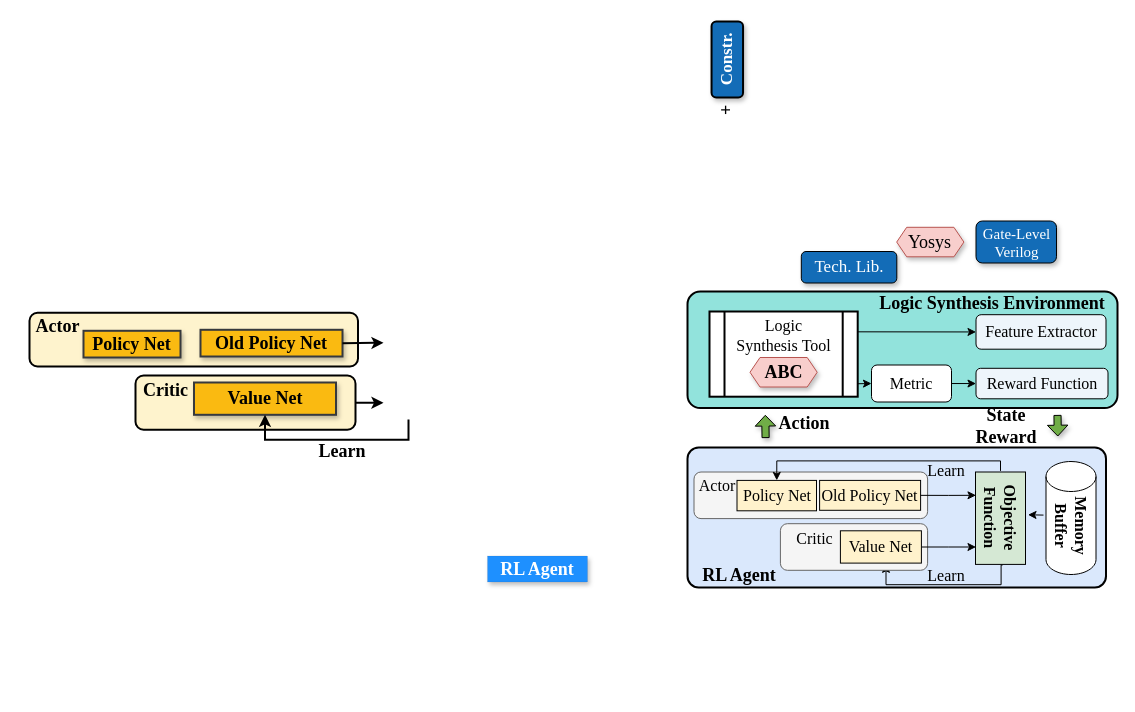
kxzhu0505/Delay-Padding-For-Multi-corner keeps this draw.io diagram as RL_framework.drawio. Above is the earlier version. Source tidied: cells renumbered, new cells numbered last; positions are measured from the earlier drawing's top-left corner, leaving out a move shared by most shapes. Both pictures are drawn from the tidied source at 100%, with x=0, y=0 at pixel (17, 43).
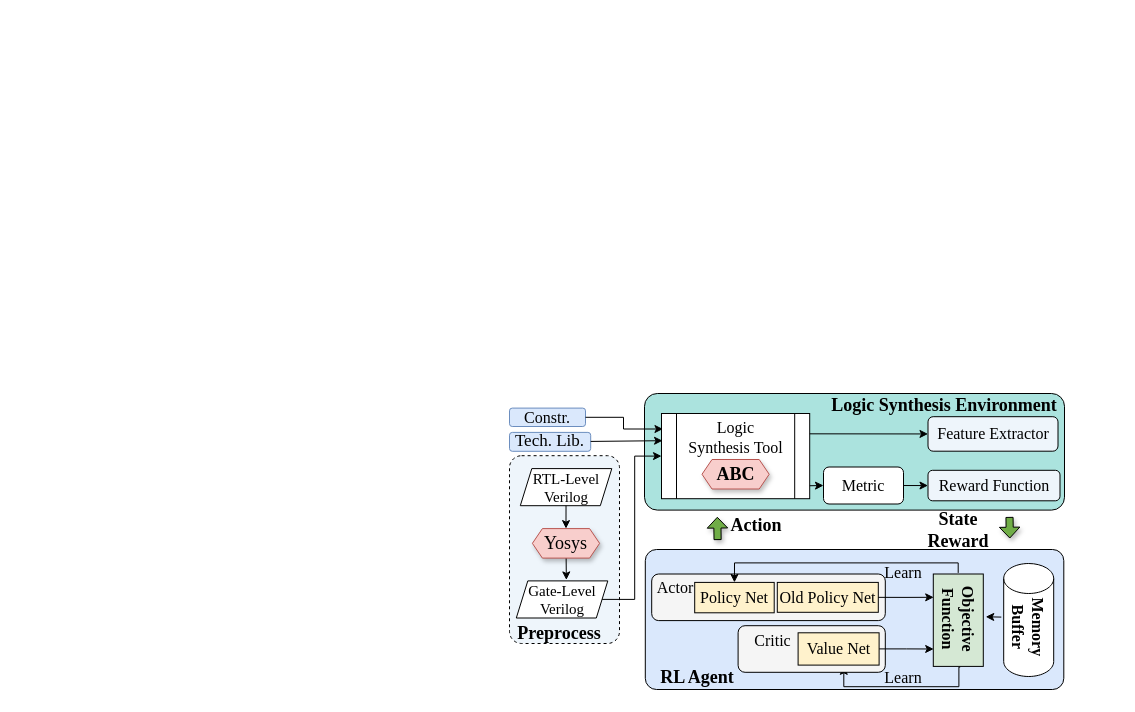
Above is the later version.

What changed in the source:
```diff
@@
+    <mxCell id="58" style="rounded=1;whiteSpace=wrap;html=1;dashed=1;arcSize=11;fillColor=light-dark(#eef5fb, #ededed);" parent="1" vertex="1">
+      <mxGeometry x="492" y="412.2" width="110" height="187.8" as="geometry" />
+    </mxCell>
-    <mxCell id="2" style="rounded=1;whiteSpace=wrap;html=1;fillColor=#dae8fc;strokeColor=#000000;strokeWidth=2;shadow=0;fontFamily=Times New Roman;arcSize=8;" parent="1" vertex="1">
-      <mxGeometry x="670" y="404" width="418.5" height="140" as="geometry" />
+    <mxCell id="2" style="rounded=1;whiteSpace=wrap;html=1;fillColor=#dae8fc;strokeColor=#000000;strokeWidth=1;shadow=0;fontFamily=Times New Roman;arcSize=8;" parent="1" vertex="1">
+      <mxGeometry x="627.8" y="506" width="418.5" height="140" as="geometry" />
     </mxCell>
-    <mxCell id="3" value="&lt;font style=&quot;font-size: 15px;&quot; color=&quot;#ffffff&quot;&gt;&lt;font style=&quot;&quot;&gt;Gate-&lt;/font&gt;&lt;span style=&quot;background-color: initial;&quot;&gt;Level&lt;/span&gt;&lt;/font&gt;&lt;div style=&quot;&quot;&gt;&lt;div style=&quot;&quot;&gt;&lt;font style=&quot;font-size: 15px;&quot; color=&quot;#ffffff&quot;&gt;Verilog&lt;/font&gt;&lt;/div&gt;&lt;/div&gt;" style="rounded=1;whiteSpace=wrap;html=1;fillColor=#136cb7;strokeColor=#000000;strokeWidth=1;shadow=1;rotation=0;fontFamily=Times New Roman;" parent="1" vertex="1">
-      <mxGeometry x="958.5" y="177.5" width="80.5" height="42" as="geometry" />
-    </mxCell>
-    <mxCell id="4" style="rounded=1;whiteSpace=wrap;html=1;fillColor=light-dark(#92e3dc, #22282f);strokeColor=#000000;strokeWidth=2;shadow=0;fontFamily=Times New Roman;arcSize=11;" parent="1" vertex="1">
-      <mxGeometry x="670" y="248" width="430" height="116.6" as="geometry" />
+    <mxCell id="4" style="rounded=1;whiteSpace=wrap;html=1;fillColor=light-dark(#ABE3DE,#22282F);strokeColor=#000000;strokeWidth=1;shadow=0;fontFamily=Times New Roman;arcSize=11;" parent="1" vertex="1">
+      <mxGeometry x="627" y="350" width="420" height="116.6" as="geometry" />
     </mxCell>
     <mxCell id="5" value="&lt;font style=&quot;color: rgb(0, 0, 0); font-size: 16px;&quot;&gt;Feature Extractor&lt;/font&gt;" style="rounded=1;whiteSpace=wrap;html=1;strokeWidth=1;shadow=0;fontFamily=Times New Roman;fillColor=light-dark(#eef5fb, #ededed);" parent="1" vertex="1">
-      <mxGeometry x="958.5" y="271.2" width="130" height="34.5" as="geometry" />
+      <mxGeometry x="910.5" y="373.2" width="130" height="34.5" as="geometry" />
     </mxCell>
@@
     <mxCell id="7" value="&lt;font style=&quot;font-size: 16px; color: rgb(0, 0, 0);&quot;&gt;Metric&lt;/font&gt;" style="rounded=1;whiteSpace=wrap;html=1;strokeWidth=1;fontFamily=Times New Roman;" parent="1" vertex="1">
-      <mxGeometry x="854" y="321.5" width="80" height="37" as="geometry" />
+      <mxGeometry x="806" y="423.5" width="80" height="37" as="geometry" />
     </mxCell>
     <mxCell id="8" value="&lt;font style=&quot;color: rgb(0, 0, 0); font-size: 16px;&quot;&gt;Reward Function&lt;/font&gt;" style="rounded=1;whiteSpace=wrap;html=1;strokeWidth=1;shadow=0;fontFamily=Times New Roman;fillColor=light-dark(#eef5fb, #ededed);" parent="1" vertex="1">
-      <mxGeometry x="958.5" y="324.8" width="132" height="30.5" as="geometry" />
+      <mxGeometry x="910.5" y="426.8" width="132" height="30.5" as="geometry" />
     </mxCell>
-    <mxCell id="9" value="&lt;font style=&quot;&quot; size=&quot;1&quot; color=&quot;#ffffff&quot;&gt;&lt;b style=&quot;font-size: 18px;&quot;&gt;RL Agent&lt;/b&gt;&lt;/font&gt;" style="text;html=1;align=center;verticalAlign=middle;whiteSpace=wrap;rounded=0;fillColor=#1E90FF;strokeColor=#36393d;strokeWidth=0;shadow=1;gradientColor=none;fontFamily=Times New Roman;" parent="1" vertex="1">
-      <mxGeometry x="470" y="512.5" width="100" height="26" as="geometry" />
-    </mxCell>
-    <mxCell id="10" style="rounded=1;whiteSpace=wrap;html=1;strokeWidth=2;fillColor=#fef3cd;fontFamily=Times New Roman;" parent="1" vertex="1">
-      <mxGeometry x="12" y="269.3" width="328.5" height="53.7" as="geometry" />
-    </mxCell>
-    <mxCell id="11" value="&lt;b style=&quot;&quot;&gt;&lt;font style=&quot;font-size: 18px;&quot;&gt;Policy Net&lt;/font&gt;&lt;/b&gt;" style="rounded=0;whiteSpace=wrap;html=1;fillColor=#faba11;strokeColor=#36393d;strokeWidth=2;shadow=1;fontFamily=Times New Roman;" parent="1" vertex="1">
-      <mxGeometry x="66" y="287.3" width="97" height="26.7" as="geometry" />
-    </mxCell>
-    <mxCell id="12" value="&lt;b style=&quot;&quot;&gt;&lt;font style=&quot;font-size: 18px;&quot;&gt;Old Policy Net&lt;/font&gt;&lt;/b&gt;" style="rounded=0;whiteSpace=wrap;html=1;fillColor=#faba11;strokeColor=#36393d;strokeWidth=2;shadow=1;fontFamily=Times New Roman;" parent="1" vertex="1">
-      <mxGeometry x="183" y="286.3" width="142" height="26.7" as="geometry" />
-    </mxCell>
-    <mxCell id="13" style="rounded=1;whiteSpace=wrap;html=1;strokeWidth=2;fillColor=#fef3cd;fontFamily=Times New Roman;" parent="1" vertex="1">
-      <mxGeometry x="118" y="332" width="220" height="54.3" as="geometry" />
-    </mxCell>
-    <mxCell id="14" value="&lt;b style=&quot;&quot;&gt;&lt;font style=&quot;font-size: 18px;&quot;&gt;Value Net&lt;/font&gt;&lt;/b&gt;" style="rounded=0;whiteSpace=wrap;html=1;fillColor=#faba11;strokeColor=#36393d;strokeWidth=2;shadow=1;fontFamily=Times New Roman;" parent="1" vertex="1">
-      <mxGeometry x="176.5" y="339" width="142" height="32.3" as="geometry" />
-    </mxCell>
-    <mxCell id="15" value="&lt;span style=&quot;font-size: 18px;&quot;&gt;&lt;b&gt;Actor&lt;/b&gt;&lt;/span&gt;" style="text;html=1;align=center;verticalAlign=middle;whiteSpace=wrap;rounded=0;fontFamily=Times New Roman;" parent="1" vertex="1">
-      <mxGeometry y="268" width="81" height="30" as="geometry" />
-    </mxCell>
-    <mxCell id="16" value="&lt;span style=&quot;font-size: 18px;&quot;&gt;&lt;b&gt;Critic&lt;/b&gt;&lt;/span&gt;" style="text;html=1;align=center;verticalAlign=middle;whiteSpace=wrap;rounded=0;fontFamily=Times New Roman;" parent="1" vertex="1">
-      <mxGeometry x="108" y="332" width="81" height="30" as="geometry" />
-    </mxCell>
-    <mxCell id="17" style="endArrow=classic;html=1;rounded=0;strokeWidth=2;exitX=1;exitY=0.5;exitDx=0;exitDy=0;fontFamily=Times New Roman;" parent="1" edge="1" source="12">
-      <mxGeometry relative="1" as="geometry">
-        <mxPoint x="366" y="299.3" as="targetPoint" />
-      </mxGeometry>
-    </mxCell>
-    <mxCell id="18" style="endArrow=classic;html=1;rounded=0;strokeWidth=2;exitX=1;exitY=0.5;exitDx=0;exitDy=0;fontFamily=Times New Roman;" parent="1" edge="1" source="13">
-      <mxGeometry relative="1" as="geometry">
-        <mxPoint x="366" y="359.3" as="targetPoint" />
-      </mxGeometry>
-    </mxCell>
-    <mxCell id="19" style="endArrow=classic;html=1;rounded=0;strokeWidth=2;edgeStyle=orthogonalEdgeStyle;entryX=0.5;entryY=1;entryDx=0;entryDy=0;fontFamily=Times New Roman;" parent="1" edge="1" target="14">
-      <mxGeometry relative="1" as="geometry">
-        <mxPoint x="391" y="376" as="sourcePoint" />
-        <Array as="points">
-          <mxPoint x="391" y="396.3" />
-          <mxPoint x="248" y="396.3" />
-        </Array>
-      </mxGeometry>
-    </mxCell>
     <mxCell id="20" style="endArrow=classic;html=1;rounded=0;strokeWidth=1;entryX=-0.004;entryY=0.225;entryDx=0;entryDy=0;entryPerimeter=0;fontFamily=Times New Roman;" parent="1" edge="1">
       <mxGeometry relative="1" as="geometry">
-        <mxPoint x="1026" y="471.6" as="sourcePoint" />
-        <mxPoint x="1010.5" y="471.3" as="targetPoint" />
+        <mxPoint x="983.8" y="573.6" as="sourcePoint" />
+        <mxPoint x="968.2" y="573.3" as="targetPoint" />
       </mxGeometry>
     </mxCell>
     <mxCell id="21" style="rounded=0;jettySize=auto;html=1;endArrow=none;endFill=0;startArrow=classic;startFill=1;strokeWidth=1;fontFamily=Times New Roman;exitX=0;exitY=0.5;exitDx=0;exitDy=0;" parent="1" edge="1" source="7">
       <mxGeometry relative="1" as="geometry">
-        <mxPoint x="820" y="340.6" as="targetPoint" />
+        <mxPoint x="772" y="442.6" as="targetPoint" />
       </mxGeometry>
     </mxCell>
     <mxCell id="22" style="rounded=0;jettySize=auto;html=1;strokeWidth=1;startArrow=classic;startFill=1;endArrow=none;endFill=0;exitX=0;exitY=0.5;exitDx=0;exitDy=0;entryX=0.018;entryY=0.606;entryDx=0;entryDy=0;entryPerimeter=0;fontFamily=Times New Roman;" parent="1" edge="1" source="5">
       <mxGeometry relative="1" as="geometry">
-        <mxPoint x="820" y="288.3" as="targetPoint" />
+        <mxPoint x="772" y="390.3" as="targetPoint" />
       </mxGeometry>
     </mxCell>
     <mxCell id="23" style="shape=flexArrow;endArrow=classic;html=1;rounded=0;strokeWidth=1;shadow=1;fontFamily=Times New Roman;width=7.142857142857142;endSize=3.257142857142857;endWidth=12.312925170068027;fillColor=#70AD47;" parent="1" edge="1">
       <mxGeometry relative="1" as="geometry">
-        <mxPoint x="748.1" y="394.6" as="sourcePoint" />
-        <mxPoint x="747.8" y="371.3" as="targetPoint" />
+        <mxPoint x="700.1" y="496.6" as="sourcePoint" />
+        <mxPoint x="699.8" y="473.3" as="targetPoint" />
       </mxGeometry>
     </mxCell>
-    <mxCell id="24" value="&lt;font color=&quot;#ffffff&quot;&gt;&lt;span style=&quot;font-size: 17px;&quot;&gt;Tech. Lib.&lt;/span&gt;&lt;/font&gt;" style="rounded=1;whiteSpace=wrap;html=1;fillColor=#136cb7;strokeColor=#000000;strokeWidth=1;shadow=1;rotation=0;fontFamily=Times New Roman;" parent="1" vertex="1">
-      <mxGeometry x="783.8" y="208" width="95.5" height="31.5" as="geometry" />
+    <mxCell id="24" value="&lt;font style=&quot;color: rgb(0, 0, 0);&quot;&gt;&lt;span style=&quot;font-size: 17px;&quot;&gt;Tech. Lib.&lt;/span&gt;&lt;/font&gt;" style="rounded=1;whiteSpace=wrap;html=1;fillColor=#dae8fc;strokeColor=#6c8ebf;strokeWidth=1;shadow=0;rotation=0;fontFamily=Times New Roman;" parent="1" vertex="1">
+      <mxGeometry x="492" y="388.9" width="81.2" height="18.9" as="geometry" />
     </mxCell>
-    <mxCell id="25" value="&lt;font color=&quot;#ffffff&quot;&gt;&lt;span style=&quot;font-size: 17px;&quot;&gt;&lt;b&gt;Constr.&lt;/b&gt;&lt;/span&gt;&lt;/font&gt;" style="rounded=1;whiteSpace=wrap;html=1;fillColor=#136cb7;strokeColor=#000000;strokeWidth=2;shadow=1;rotation=-90;fontFamily=Times New Roman;" parent="1" vertex="1">
-      <mxGeometry x="671.8" y="0.2" width="76" height="31.5" as="geometry" />
+    <mxCell id="25" value="&lt;font style=&quot;font-size: 16px; color: rgb(0, 0, 0);&quot;&gt;Constr.&lt;/font&gt;" style="rounded=1;whiteSpace=wrap;html=1;fillColor=#dae8fc;strokeColor=#6c8ebf;strokeWidth=1;shadow=0;rotation=0;fontFamily=Times New Roman;" parent="1" vertex="1">
+      <mxGeometry x="492" y="364.6" width="76" height="18.4" as="geometry" />
     </mxCell>
     <mxCell id="26" value="&lt;font style=&quot;font-size: 18px;&quot;&gt;&lt;b&gt;Action&lt;/b&gt;&lt;/font&gt;" style="text;html=1;align=center;verticalAlign=middle;whiteSpace=wrap;rounded=0;fontFamily=Times New Roman;" parent="1" vertex="1">
-      <mxGeometry x="757.2" y="364.6" width="60" height="30" as="geometry" />
+      <mxGeometry x="709.2" y="466.6" width="60" height="30" as="geometry" />
     </mxCell>
     <mxCell id="27" value="&lt;font style=&quot;font-size: 18px;&quot;&gt;&lt;b&gt;State&lt;/b&gt;&lt;/font&gt;&lt;div&gt;&lt;font style=&quot;font-size: 18px;&quot;&gt;&lt;b&gt;Reward&lt;/b&gt;&lt;/font&gt;&lt;/div&gt;" style="text;html=1;align=center;verticalAlign=middle;whiteSpace=wrap;rounded=0;fontFamily=Times New Roman;" parent="1" vertex="1">
-      <mxGeometry x="958.5" y="368.3" width="60" height="30" as="geometry" />
+      <mxGeometry x="910.5" y="472.3" width="60" height="30" as="geometry" />
     </mxCell>
-    <mxCell id="28" value="&lt;font style=&quot;font-size: 18px;&quot;&gt;&lt;b&gt;+&lt;/b&gt;&lt;/font&gt;" style="text;html=1;align=center;verticalAlign=middle;whiteSpace=wrap;rounded=0;rotation=-90;fontFamily=Times New Roman;" parent="1" vertex="1">
-      <mxGeometry x="699.5" y="60" width="20" height="14.7" as="geometry" />
-    </mxCell>
-    <mxCell id="29" value="&lt;font style=&quot;font-size: 18px;&quot;&gt;&lt;b&gt;Learn&lt;/b&gt;&lt;/font&gt;" style="text;html=1;align=center;verticalAlign=middle;whiteSpace=wrap;rounded=0;fontFamily=Times New Roman;" parent="1" vertex="1">
-      <mxGeometry x="295" y="393" width="60" height="30" as="geometry" />
-    </mxCell>
     <mxCell id="30" value="&lt;b style=&quot;font-family: &amp;quot;Times New Roman&amp;quot;; font-size: 18px;&quot;&gt;&lt;font style=&quot;color: rgb(0, 0, 0);&quot;&gt;RL Agent&lt;/font&gt;&lt;/b&gt;" style="text;html=1;align=center;verticalAlign=middle;whiteSpace=wrap;rounded=0;" parent="1" vertex="1">
-      <mxGeometry x="671.8" y="516.6" width="100" height="30" as="geometry" />
+      <mxGeometry x="629.5" y="618.6" width="100" height="30" as="geometry" />
     </mxCell>
     <mxCell id="31" value="&lt;font style=&quot;color: rgb(0, 0, 0);&quot;&gt;&lt;b style=&quot;font-family: &amp;quot;Times New Roman&amp;quot;; font-size: 18px;&quot;&gt;Logic Synthesis&amp;nbsp;&lt;/b&gt;&lt;b style=&quot;font-family: &amp;quot;Times New Roman&amp;quot;; background-color: initial; font-size: 18px;&quot;&gt;Environment&lt;/b&gt;&lt;/font&gt;" style="text;html=1;align=center;verticalAlign=middle;whiteSpace=wrap;rounded=0;" parent="1" vertex="1">
-      <mxGeometry x="854" y="245" width="241.9" height="30" as="geometry" />
+      <mxGeometry x="806" y="347" width="241.9" height="30" as="geometry" />
     </mxCell>
     <mxCell id="32" style="group;fillColor=#d5e8d4;strokeColor=#000000;strokeWidth=1;fontFamily=Times New Roman;" parent="1" vertex="1">
-      <mxGeometry x="958" y="428.5" width="50" height="92.4" as="geometry" />
+      <mxGeometry x="915.8" y="530.5" width="50" height="92.4" as="geometry" />
     </mxCell>
     <mxCell id="33" style="edgeStyle=orthogonalEdgeStyle;rounded=0;orthogonalLoop=1;jettySize=auto;html=1;entryX=0.5;entryY=1;entryDx=0;entryDy=0;" parent="1" edge="1">
       <mxGeometry relative="1" as="geometry">
-        <mxPoint x="985" y="521.6" as="sourcePoint" />
-        <mxPoint x="868.5" y="520.8" as="targetPoint" />
+        <mxPoint x="942.7" y="623.6" as="sourcePoint" />
+        <mxPoint x="826.3" y="622.8" as="targetPoint" />
         <Array as="points">
-          <mxPoint x="983.6" y="541.2" />
-          <mxPoint x="868.6" y="541.2" />
+          <mxPoint x="941.4" y="643.2" />
+          <mxPoint x="826.4" y="643.2" />
         </Array>
       </mxGeometry>
     </mxCell>
     <mxCell id="34" value="&lt;font style=&quot;font-size: 16px;&quot;&gt;&lt;b style=&quot;&quot;&gt;Objective&lt;/b&gt;&lt;/font&gt;&lt;div style=&quot;&quot;&gt;&lt;b style=&quot;&quot;&gt;&lt;font style=&quot;font-size: 16px;&quot;&gt;Function&lt;/font&gt;&lt;/b&gt;&lt;/div&gt;" style="text;html=1;align=center;verticalAlign=middle;whiteSpace=wrap;rounded=0;direction=south;rotation=90;fontFamily=Times New Roman;" parent="1" vertex="1">
-      <mxGeometry x="936.5" y="461.4" width="93" height="25" as="geometry" />
+      <mxGeometry x="894.2" y="563.4" width="93" height="25" as="geometry" />
     </mxCell>
     <mxCell id="35" style="group;" parent="1" vertex="1">
-      <mxGeometry x="686.5" y="428.5" width="223.6" height="46.6" as="geometry" />
+      <mxGeometry x="644.2" y="530.5" width="223.6" height="46.6" as="geometry" />
     </mxCell>
-    <mxCell id="36" style="rounded=1;whiteSpace=wrap;html=1;strokeWidth=1;fillColor=#f5f5f5;fontFamily=Times New Roman;fontColor=#333333;strokeColor=#666666;" parent="35" vertex="1">
+    <mxCell id="36" style="rounded=1;whiteSpace=wrap;html=1;strokeWidth=1;fillColor=#f5f5f5;fontFamily=Times New Roman;fontColor=#333333;strokeColor=light-dark(#000000, #959595);" parent="35" vertex="1">
       <mxGeometry x="-10" width="233.6" height="46.6" as="geometry" />
     </mxCell>
@@
     <mxCell id="41" style="group;" parent="1" vertex="1">
-      <mxGeometry x="752.9" y="480.2" width="157.2" height="46.6" as="geometry" />
+      <mxGeometry x="710.6" y="582.2" width="157.2" height="46.6" as="geometry" />
     </mxCell>
-    <mxCell id="42" style="rounded=1;whiteSpace=wrap;html=1;strokeWidth=1;fillColor=#f5f5f5;fontFamily=Times New Roman;fontColor=#333333;strokeColor=#666666;" parent="41" vertex="1">
+    <mxCell id="42" style="rounded=1;whiteSpace=wrap;html=1;strokeWidth=1;fillColor=#f5f5f5;fontFamily=Times New Roman;fontColor=#333333;strokeColor=#000000;" parent="41" vertex="1">
       <mxGeometry x="10" width="147.2" height="46.6" as="geometry" />
     </mxCell>
@@
     <mxCell id="47" style="group;" parent="1" vertex="1">
-      <mxGeometry x="1028.5" y="418" width="50" height="113" as="geometry" />
+      <mxGeometry x="986.2" y="520" width="50" height="113" as="geometry" />
     </mxCell>
@@
     <mxCell id="50" value="&lt;font style=&quot;font-size: 16px;&quot;&gt;Learn&lt;/font&gt;" style="text;html=1;align=center;verticalAlign=middle;whiteSpace=wrap;rounded=0;fontFamily=Times New Roman;" parent="1" vertex="1">
-      <mxGeometry x="898.5" y="411.5" width="60" height="30" as="geometry" />
+      <mxGeometry x="856.2" y="513.5" width="60" height="30" as="geometry" />
     </mxCell>
     <mxCell id="51" value="&lt;font style=&quot;font-size: 16px;&quot;&gt;Learn&lt;/font&gt;" style="text;html=1;align=center;verticalAlign=middle;whiteSpace=wrap;rounded=0;fontFamily=Times New Roman;" parent="1" vertex="1">
-      <mxGeometry x="898.5" y="516.6" width="60" height="30" as="geometry" />
+      <mxGeometry x="856.2" y="618.6" width="60" height="30" as="geometry" />
     </mxCell>
     <mxCell id="52" style="group;" parent="1" vertex="1">
-      <mxGeometry x="692" y="268" width="148.2" height="85.2" as="geometry" />
+      <mxGeometry x="644" y="370" width="148.2" height="85.2" as="geometry" />
     </mxCell>
-    <mxCell id="53" style="shape=process;whiteSpace=wrap;html=1;backgroundOutline=1;strokeWidth=2;" parent="52" vertex="1">
+    <mxCell id="53" style="shape=process;whiteSpace=wrap;html=1;backgroundOutline=1;strokeWidth=1;" parent="52" vertex="1">
       <mxGeometry width="148.2" height="85.2" as="geometry" />
     </mxCell>
@@
     <mxCell id="56" style="shape=flexArrow;endArrow=classic;html=1;rounded=0;strokeWidth=1;shadow=1;fontFamily=Times New Roman;width=7.142857142857142;endSize=3.257142857142857;endWidth=12.312925170068027;fillColor=#70AD47;" parent="1" edge="1">
       <mxGeometry relative="1" as="geometry">
-        <mxPoint x="1040" y="371.4" as="sourcePoint" />
-        <mxPoint x="1040.3" y="393" as="targetPoint" />
+        <mxPoint x="992" y="473.4" as="sourcePoint" />
+        <mxPoint x="992.3" y="495" as="targetPoint" />
       </mxGeometry>
     </mxCell>
+    <mxCell id="59" style="rounded=0;jettySize=auto;html=1;entryX=0.547;entryY=-0.026;entryDx=0;entryDy=0;entryPerimeter=0;" parent="1" edge="1" source="57" target="3">
+      <mxGeometry relative="1" as="geometry" />
+    </mxCell>
     <mxCell id="57" value="&lt;span style=&quot;font-size: 18px;&quot;&gt;Yosys&lt;/span&gt;" style="shape=hexagon;perimeter=hexagonPerimeter2;whiteSpace=wrap;html=1;fixedSize=1;fillColor=#f8cecc;strokeColor=#b85450;strokeWidth=1;shadow=1;rounded=0;size=10;fontFamily=Times New Roman;" parent="1" vertex="1">
-      <mxGeometry x="879.2" y="183.8" width="67.2" height="29.5" as="geometry" />
+      <mxGeometry x="514.9" y="485.1" width="67.2" height="29.5" as="geometry" />
     </mxCell>
+    <mxCell id="60" style="edgeStyle=orthogonalEdgeStyle;rounded=0;jettySize=auto;html=1;entryX=0;entryY=0.5;entryDx=0;entryDy=0;" parent="1" edge="1" source="3" target="53">
+      <mxGeometry relative="1" as="geometry" />
+    </mxCell>
+    <mxCell id="3" value="&lt;font style=&quot;font-family: &amp;quot;Times New Roman&amp;quot;; font-size: 15px;&quot;&gt;Gate-&lt;span style=&quot;background-color: initial;&quot;&gt;Level&lt;/span&gt;&lt;/font&gt;&lt;div style=&quot;font-family: &amp;quot;Times New Roman&amp;quot;;&quot;&gt;&lt;font style=&quot;font-size: 15px;&quot;&gt;Verilog&lt;/font&gt;&lt;/div&gt;" style="shape=parallelogram;perimeter=parallelogramPerimeter;whiteSpace=wrap;html=1;fixedSize=1;size=11.5;" parent="1" vertex="1">
+      <mxGeometry x="498.8" y="537.4" width="91.5" height="37.1" as="geometry" />
+    </mxCell>
+    <mxCell id="61" value="&lt;font face=&quot;Times New Roman&quot;&gt;&lt;span style=&quot;font-size: 15px;&quot;&gt;RTL-Level&lt;/span&gt;&lt;/font&gt;&lt;div&gt;&lt;font face=&quot;Times New Roman&quot;&gt;&lt;span style=&quot;font-size: 15px;&quot;&gt;Verilog&lt;/span&gt;&lt;/font&gt;&lt;/div&gt;" style="shape=parallelogram;perimeter=parallelogramPerimeter;whiteSpace=wrap;html=1;fixedSize=1;size=11.5;" parent="1" vertex="1">
+      <mxGeometry x="502.8" y="425.1" width="91.5" height="37.1" as="geometry" />
+    </mxCell>
+    <mxCell id="62" style="rounded=0;jettySize=auto;html=1;entryX=0.5;entryY=0;entryDx=0;entryDy=0;" parent="1" edge="1" source="61" target="57">
+      <mxGeometry relative="1" as="geometry" />
+    </mxCell>
+    <mxCell id="63" style="rounded=0;jettySize=auto;html=1;entryX=0.007;entryY=0.319;entryDx=0;entryDy=0;entryPerimeter=0;" parent="1" edge="1" source="24" target="53">
+      <mxGeometry relative="1" as="geometry" />
+    </mxCell>
+    <mxCell id="64" style="edgeStyle=orthogonalEdgeStyle;rounded=0;jettySize=auto;html=1;entryX=0.01;entryY=0.182;entryDx=0;entryDy=0;entryPerimeter=0;" parent="1" edge="1" source="25" target="53">
+      <mxGeometry relative="1" as="geometry" />
+    </mxCell>
+    <mxCell id="65" value="&lt;font face=&quot;Times New Roman&quot;&gt;&lt;span style=&quot;font-size: 18px;&quot;&gt;&lt;b&gt;Preprocess&lt;/b&gt;&lt;/span&gt;&lt;/font&gt;" style="text;html=1;align=center;verticalAlign=middle;whiteSpace=wrap;rounded=0;" parent="1" vertex="1">
+      <mxGeometry x="492" y="574.5" width="100" height="30" as="geometry" />
+    </mxCell>
```
